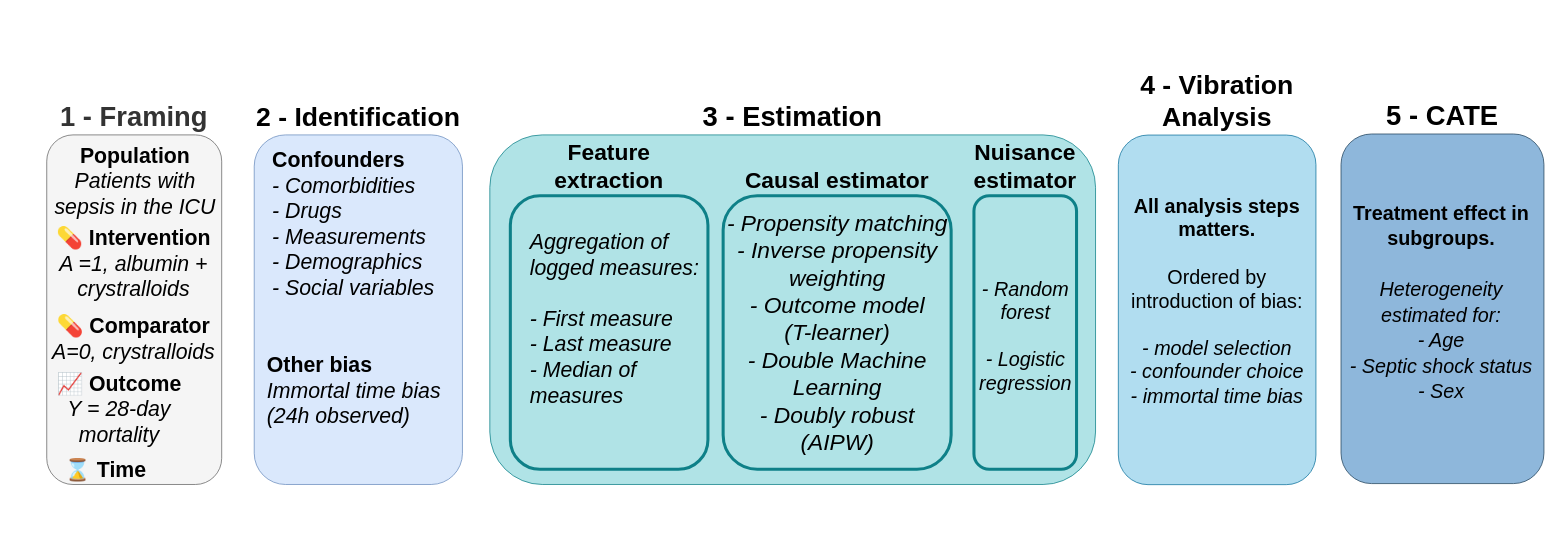
Before: img/applied_inference_flow.drawio in strayMat/tutorial_ci_from_ehr, a draw.io diagram. Source tidied: cells renumbered, new cells numbered last; positions are measured from the earlier drawing's top-left corner, leaving out a move shared by most shapes. Both pictures are drawn from the tidied source at 76%, with x=0, y=0 at pixel (13, 13).
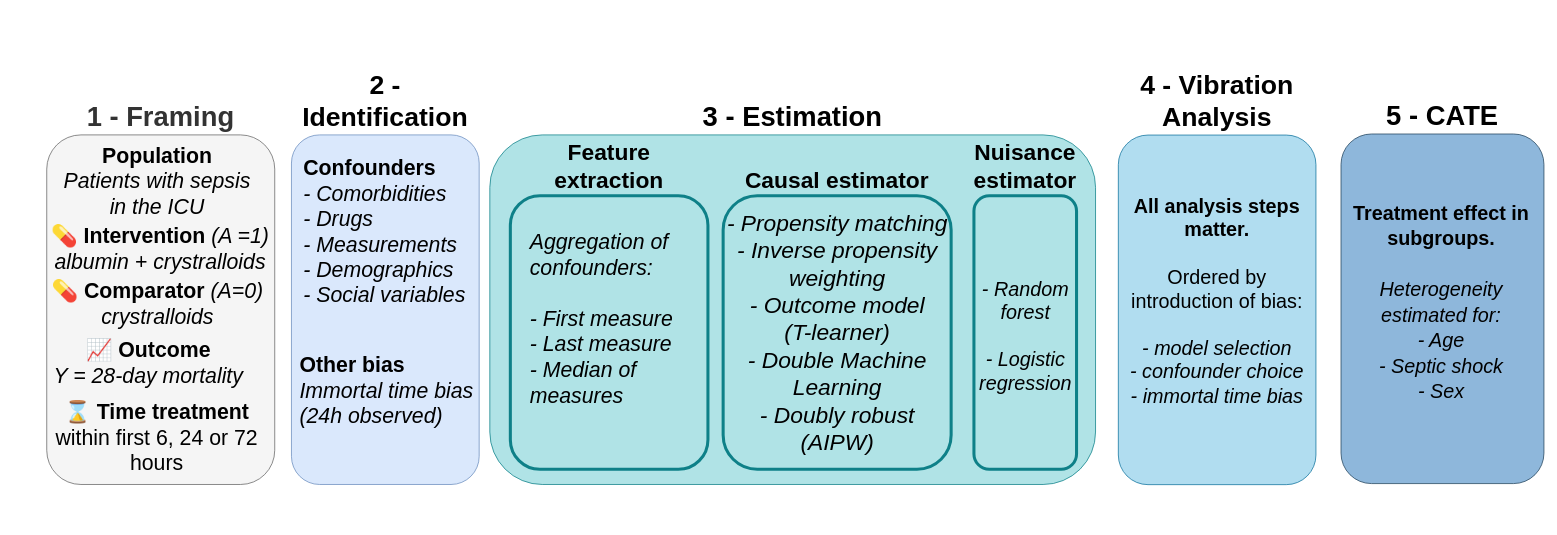
Above is the later version.

The change refers to these unchanged cells:
```xml
<mxCell id="8" style="group;" parent="1" vertex="1">
  <mxGeometry x="53.8" width="303.2" height="670" as="geometry" />
</mxCell>
```

What changed in the source:
```diff
@@
     <mxCell id="2" value="1 - Framing" style="rounded=1;whiteSpace=wrap;html=1;fillColor=#f5f5f5;strokeColor=#666666;fontSize=36;fontStyle=1;fontColor=#333333;verticalAlign=bottom;horizontal=1;labelPosition=center;verticalLabelPosition=top;align=center;" parent="1" vertex="1">
-      <mxGeometry x="44" y="160" width="230.2" height="460" as="geometry" />
+      <mxGeometry x="44" y="160" width="300" height="460" as="geometry" />
     </mxCell>
     <mxCell id="3" value="&lt;font style=&quot;font-size: 35px;&quot;&gt;2 - Identification&lt;/font&gt;" style="rounded=1;whiteSpace=wrap;html=1;fillColor=#dae8fc;strokeColor=#6c8ebf;fontSize=35;fontStyle=1;verticalAlign=bottom;labelPosition=center;verticalLabelPosition=top;align=center;" parent="1" vertex="1">
-      <mxGeometry x="317" y="160" width="274" height="460" as="geometry" />
+      <mxGeometry x="366" y="160" width="247" height="460" as="geometry" />
     </mxCell>
@@
-    <mxCell id="9" value="&lt;font&gt;💊 &lt;b&gt;Comparator &lt;/b&gt;&lt;i&gt;&lt;br&gt;&lt;/i&gt;&lt;/font&gt;&lt;i&gt;A=0, &lt;/i&gt;&lt;i&gt;crystralloids&lt;/i&gt;" style="text;html=1;strokeColor=none;fillColor=none;align=center;verticalAlign=middle;whiteSpace=wrap;rounded=0;fontSize=28;fontColor=#000000;" parent="8" vertex="1">
-      <mxGeometry x="-7.8" y="379" width="224.8" height="97" as="geometry" />
+    <mxCell id="9" value="&lt;font&gt;💊 &lt;b&gt;Comparator &lt;/b&gt;&lt;/font&gt;&lt;i&gt;(A=0)&lt;br&gt;&lt;/i&gt;&lt;i&gt;crystralloids&lt;/i&gt;" style="text;html=1;strokeColor=none;fillColor=none;align=center;verticalAlign=middle;whiteSpace=wrap;rounded=0;fontSize=28;fontColor=#000000;" parent="8" vertex="1">
+      <mxGeometry x="-7.8" y="333" width="287.8" height="97" as="geometry" />
     </mxCell>
     <mxCell id="10" value="&lt;font style=&quot;font-size: 28px;&quot; color=&quot;#000000&quot;&gt;&lt;b style=&quot;font-size: 28px;&quot;&gt;📈 &lt;/b&gt;&lt;/font&gt;&lt;font style=&quot;font-size: 28px;&quot; color=&quot;#000000&quot;&gt;&lt;b style=&quot;font-size: 28px;&quot;&gt;Outcome&lt;/b&gt;&lt;/font&gt;&lt;font color=&quot;#000000&quot;&gt;&lt;br&gt;&lt;i&gt;Y = 28-day mortality&lt;br&gt;&lt;/i&gt;&lt;/font&gt;" style="text;html=1;strokeColor=none;fillColor=none;align=center;verticalAlign=middle;whiteSpace=wrap;rounded=0;fontSize=28;fontColor=#B5739D;" parent="8" vertex="1">
-      <mxGeometry x="-35.8" y="484" width="243" height="74" as="geometry" />
+      <mxGeometry x="-28.8" y="423" width="305.8" height="74" as="geometry" />
     </mxCell>
-    <mxCell id="11" value="&lt;font&gt;💊 &lt;font style=&quot;font-size: 28px;&quot;&gt;&lt;b style=&quot;font-size: 28px;&quot;&gt;Intervention&lt;/b&gt;&lt;/font&gt;&lt;/font&gt;&lt;br&gt;&lt;i&gt;A =1, albumin + crystralloids&lt;br&gt;&lt;/i&gt;" style="text;html=1;strokeColor=none;fillColor=none;align=center;verticalAlign=middle;whiteSpace=wrap;rounded=0;fontSize=28;fontColor=#000000;" parent="8" vertex="1">
-      <mxGeometry x="-0.8" y="299" width="210.8" height="61" as="geometry" />
+    <mxCell id="11" value="&lt;font&gt;💊 &lt;font style=&quot;font-size: 28px;&quot;&gt;&lt;b style=&quot;font-size: 28px;&quot;&gt;Intervention&lt;/b&gt;&lt;/font&gt;&lt;/font&gt;&lt;i&gt; (A =1)&lt;br&gt;albumin + crystralloids&lt;br&gt;&lt;/i&gt;" style="text;html=1;strokeColor=none;fillColor=none;align=center;verticalAlign=middle;whiteSpace=wrap;rounded=0;fontSize=28;fontColor=#000000;" parent="8" vertex="1">
+      <mxGeometry x="-20" y="279" width="319.2" height="61" as="geometry" />
     </mxCell>
-    <mxCell id="12" value="⌛ &lt;font style=&quot;font-size: 28px;&quot;&gt;&lt;b style=&quot;font-size: 28px;&quot;&gt;Time&lt;/b&gt;&lt;/font&gt;" style="text;html=1;strokeColor=none;fillColor=none;align=center;verticalAlign=middle;whiteSpace=wrap;rounded=0;fontSize=28;fontColor=#000000;" parent="8" vertex="1">
-      <mxGeometry x="-54" y="585" width="243" height="30" as="geometry" />
+    <mxCell id="12" value="⌛ &lt;font style=&quot;font-size: 28px;&quot;&gt;&lt;b style=&quot;font-size: 28px;&quot;&gt;Time treatment &lt;br&gt;&lt;/b&gt;&lt;span style=&quot;font-size: 28px;&quot;&gt;within first 6, 24 or 72 hours&lt;/span&gt;&lt;b style=&quot;font-size: 28px;&quot;&gt;&lt;br&gt;&lt;/b&gt;&lt;/font&gt;" style="text;html=1;strokeColor=none;fillColor=none;align=center;verticalAlign=middle;whiteSpace=wrap;rounded=0;fontSize=28;fontColor=#000000;" parent="8" vertex="1">
+      <mxGeometry x="-26.8" y="543" width="324" height="30" as="geometry" />
     </mxCell>
     <mxCell id="13" value="&lt;font&gt;&lt;b&gt;Population&lt;/b&gt;&lt;/font&gt;&lt;i&gt;&lt;br&gt;Patients with sepsis in the ICU&lt;/i&gt;" style="text;html=1;strokeColor=none;fillColor=none;align=center;verticalAlign=middle;whiteSpace=wrap;rounded=0;fontSize=28;fontColor=#000000;" parent="8" vertex="1">
-      <mxGeometry x="-14.8" y="190" width="243" height="61" as="geometry" />
+      <mxGeometry x="-1.8" y="190" width="274.8" height="61" as="geometry" />
     </mxCell>
     <mxCell id="14" style="group;" parent="1" vertex="1">
-      <mxGeometry x="323" y="401" width="260" height="250" as="geometry" />
+      <mxGeometry x="366" y="401" width="260" height="250" as="geometry" />
     </mxCell>
@@
-    <mxCell id="18" value="&lt;div&gt;&lt;font style=&quot;font-size: 26px;&quot;&gt;All analysis steps matters. &lt;br&gt;&lt;br&gt;&lt;span style=&quot;font-weight: normal;&quot;&gt;Ordered by introduction of bias:&lt;/span&gt;&lt;br&gt; &lt;br&gt;&lt;i&gt;&lt;span style=&quot;font-weight: normal;&quot;&gt;- model selection&lt;/span&gt;&lt;/i&gt;&lt;/font&gt;&lt;/div&gt;&lt;div&gt;&lt;i&gt;&lt;font style=&quot;font-size: 26px; font-weight: normal;&quot;&gt;- confounder choice&lt;/font&gt;&lt;/i&gt;&lt;/div&gt;&lt;div&gt;&lt;i&gt;&lt;font style=&quot;font-size: 26px;&quot;&gt;&lt;span style=&quot;font-weight: normal;&quot;&gt;- immortal time bias &lt;/span&gt;&lt;br&gt;&lt;/font&gt;&lt;/i&gt;&lt;/div&gt;" style="text;html=1;strokeColor=none;fillColor=none;align=center;verticalAlign=middle;whiteSpace=wrap;rounded=0;fontSize=19;fontFamily=Helvetica;fontColor=default;fontStyle=1;" parent="1" vertex="1">
+    <mxCell id="18" value="&lt;div&gt;&lt;font style=&quot;font-size: 26px;&quot;&gt;All analysis steps matter. &lt;br&gt;&lt;br&gt;&lt;span style=&quot;font-weight: normal;&quot;&gt;Ordered by introduction of bias:&lt;/span&gt;&lt;br&gt; &lt;br&gt;&lt;i&gt;&lt;span style=&quot;font-weight: normal;&quot;&gt;- model selection&lt;/span&gt;&lt;/i&gt;&lt;/font&gt;&lt;/div&gt;&lt;div&gt;&lt;i&gt;&lt;font style=&quot;font-size: 26px; font-weight: normal;&quot;&gt;- confounder choice&lt;/font&gt;&lt;/i&gt;&lt;/div&gt;&lt;div&gt;&lt;i&gt;&lt;font style=&quot;font-size: 26px;&quot;&gt;&lt;span style=&quot;font-weight: normal;&quot;&gt;- immortal time bias &lt;/span&gt;&lt;br&gt;&lt;/font&gt;&lt;/i&gt;&lt;/div&gt;" style="text;html=1;strokeColor=none;fillColor=none;align=center;verticalAlign=middle;whiteSpace=wrap;rounded=0;fontSize=19;fontFamily=Helvetica;fontColor=default;fontStyle=1;" parent="1" vertex="1">
       <mxGeometry x="1454" y="218.2" width="260" height="321" as="geometry" />
     </mxCell>
-    <mxCell id="19" value="&lt;font style=&quot;font-size: 26px;&quot;&gt;Treatment effect in subgroups.&lt;br&gt;&lt;/font&gt;&lt;div&gt;&lt;i&gt;&lt;span style=&quot;font-weight: normal;&quot;&gt;&lt;br&gt;&lt;font style=&quot;font-size: 26px;&quot;&gt; &lt;/font&gt;&lt;/span&gt;&lt;/i&gt;&lt;/div&gt;&lt;div&gt;&lt;font style=&quot;font-size: 26px;&quot;&gt;&lt;i&gt;&lt;span style=&quot;font-weight: normal;&quot;&gt;Heterogeneity estimated for:&lt;/span&gt;&lt;/i&gt; &lt;/font&gt;&lt;/div&gt;&lt;font style=&quot;font-size: 26px;&quot;&gt;&lt;/font&gt;&lt;div&gt;&lt;span style=&quot;font-weight: normal;&quot;&gt;&lt;i&gt;&lt;font style=&quot;font-size: 26px;&quot;&gt;- Age&lt;br&gt;&lt;/font&gt;&lt;/i&gt;&lt;/span&gt;&lt;/div&gt;&lt;div&gt;&lt;span style=&quot;font-weight: normal;&quot;&gt;&lt;i&gt;&lt;font style=&quot;font-size: 26px;&quot;&gt;- Septic shock status&lt;br&gt;&lt;/font&gt;&lt;/i&gt;&lt;/span&gt;&lt;/div&gt;&lt;div&gt;&lt;span style=&quot;font-weight: normal;&quot;&gt;&lt;i&gt;&lt;font style=&quot;font-size: 26px;&quot;&gt;- Sex&lt;br&gt;&lt;/font&gt;&lt;/i&gt;&lt;/span&gt;&lt;/div&gt;" style="text;html=1;strokeColor=none;fillColor=none;align=center;verticalAlign=middle;whiteSpace=wrap;rounded=0;fontSize=28;fontFamily=Helvetica;fontColor=default;fontStyle=1;" parent="1" vertex="1">
+    <mxCell id="19" value="&lt;font style=&quot;font-size: 26px;&quot;&gt;Treatment effect in subgroups.&lt;br&gt;&lt;/font&gt;&lt;div&gt;&lt;i&gt;&lt;span style=&quot;font-weight: normal;&quot;&gt;&lt;br&gt;&lt;font style=&quot;font-size: 26px;&quot;&gt; &lt;/font&gt;&lt;/span&gt;&lt;/i&gt;&lt;/div&gt;&lt;div&gt;&lt;font style=&quot;font-size: 26px;&quot;&gt;&lt;i&gt;&lt;span style=&quot;font-weight: normal;&quot;&gt;Heterogeneity estimated for:&lt;/span&gt;&lt;/i&gt; &lt;/font&gt;&lt;/div&gt;&lt;font style=&quot;font-size: 26px;&quot;&gt;&lt;/font&gt;&lt;div&gt;&lt;span style=&quot;font-weight: normal;&quot;&gt;&lt;i&gt;&lt;font style=&quot;font-size: 26px;&quot;&gt;- Age&lt;br&gt;&lt;/font&gt;&lt;/i&gt;&lt;/span&gt;&lt;/div&gt;&lt;div&gt;&lt;span style=&quot;font-weight: normal;&quot;&gt;&lt;i&gt;&lt;font style=&quot;font-size: 26px;&quot;&gt;- Septic shock&lt;br&gt;&lt;/font&gt;&lt;/i&gt;&lt;/span&gt;&lt;/div&gt;&lt;div&gt;&lt;span style=&quot;font-weight: normal;&quot;&gt;&lt;i&gt;&lt;font style=&quot;font-size: 26px;&quot;&gt;- Sex&lt;br&gt;&lt;/font&gt;&lt;/i&gt;&lt;/span&gt;&lt;/div&gt;" style="text;html=1;strokeColor=none;fillColor=none;align=center;verticalAlign=middle;whiteSpace=wrap;rounded=0;fontSize=28;fontFamily=Helvetica;fontColor=default;fontStyle=1;" parent="1" vertex="1">
       <mxGeometry x="1744" y="190" width="270" height="380" as="geometry" />
     </mxCell>
     <mxCell id="20" value="&lt;div&gt;&lt;b&gt;Confounders&lt;/b&gt;&lt;br&gt;&lt;i&gt;- Comorbidities&lt;br&gt;- Drugs&lt;br&gt;&lt;/i&gt;&lt;/div&gt;&lt;div&gt;&lt;i&gt;- Measurements&lt;/i&gt;&lt;/div&gt;&lt;div&gt;&lt;i&gt;- Demographics&lt;br&gt;- Social variables&lt;br&gt;&lt;/i&gt;&lt;/div&gt;&lt;div&gt;&lt;i&gt;&lt;br&gt;&lt;/i&gt;&lt;/div&gt;" style="text;whiteSpace=wrap;html=1;fontSize=28;" parent="1" vertex="1">
-      <mxGeometry x="339" y="170" width="233" height="220" as="geometry" />
+      <mxGeometry x="380" y="180" width="233" height="220" as="geometry" />
     </mxCell>
-    <mxCell id="21" value="&lt;i&gt;Aggregation of logged measures:&lt;br&gt;&lt;/i&gt;&lt;br&gt;&lt;div&gt;&lt;i&gt;- First measure&lt;br&gt;- Last measure&lt;br&gt;&lt;/i&gt;&lt;/div&gt;&lt;div&gt;&lt;i&gt;- Median of measures&lt;br&gt;&lt;/i&gt;&lt;/div&gt;" style="text;whiteSpace=wrap;html=1;fontSize=28;" parent="1" vertex="1">
+    <mxCell id="21" value="&lt;i&gt;Aggregation of confounders:&lt;br&gt;&lt;/i&gt;&lt;br&gt;&lt;div&gt;&lt;i&gt;- First measure&lt;br&gt;- Last measure&lt;br&gt;&lt;/i&gt;&lt;/div&gt;&lt;div&gt;&lt;i&gt;- Median of measures&lt;br&gt;&lt;/i&gt;&lt;/div&gt;" style="text;whiteSpace=wrap;html=1;fontSize=28;" parent="1" vertex="1">
       <mxGeometry x="677.5" y="278.2" width="233" height="311.8" as="geometry" />
     </mxCell>
```
